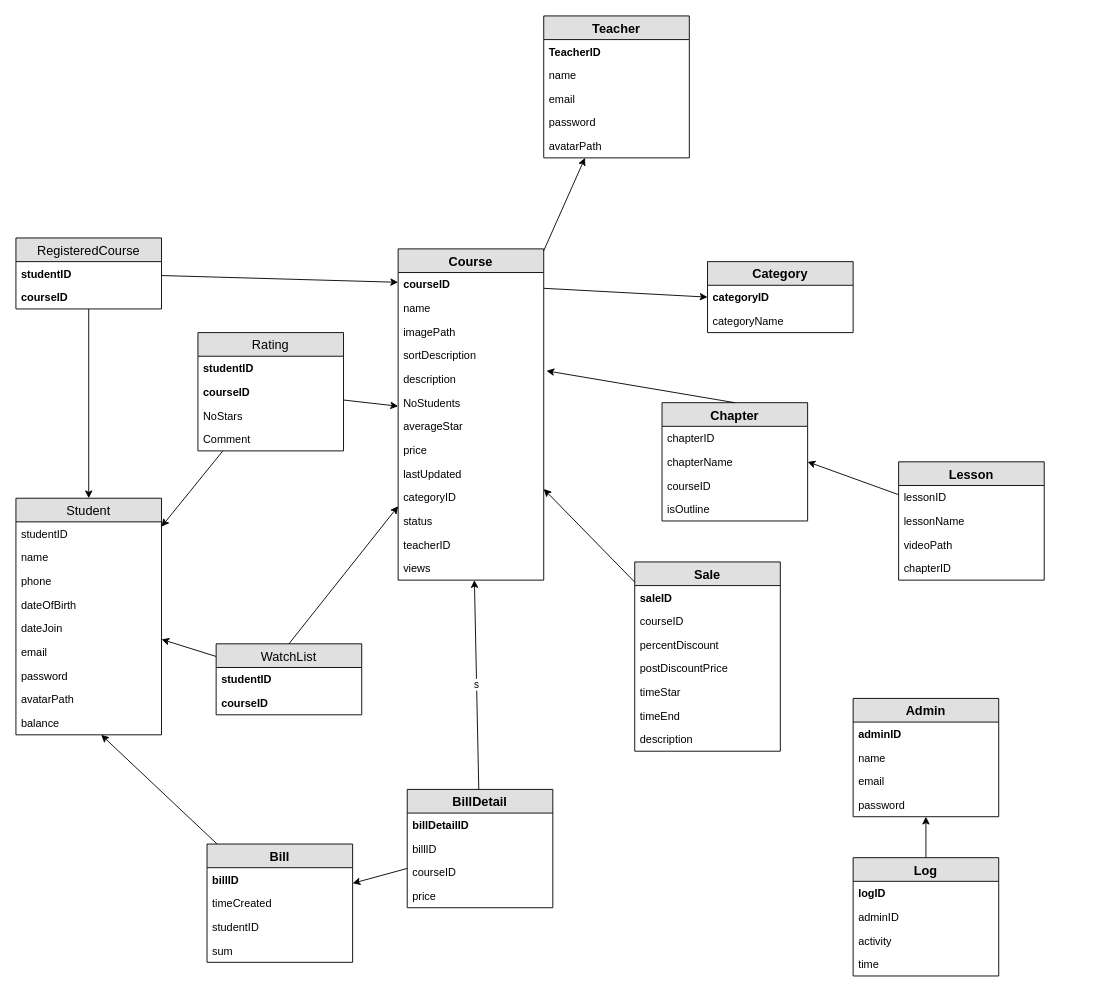
Above: DB.drawio in doan199x/DACK-WEB (draw.io), before the change. Source tidied: cells renumbered, new cells numbered last; positions are measured from the earlier drawing's top-left corner, leaving out a move shared by most shapes. Both pictures are drawn from the tidied source at 91%, with x=0, y=0 at pixel (15, 15).
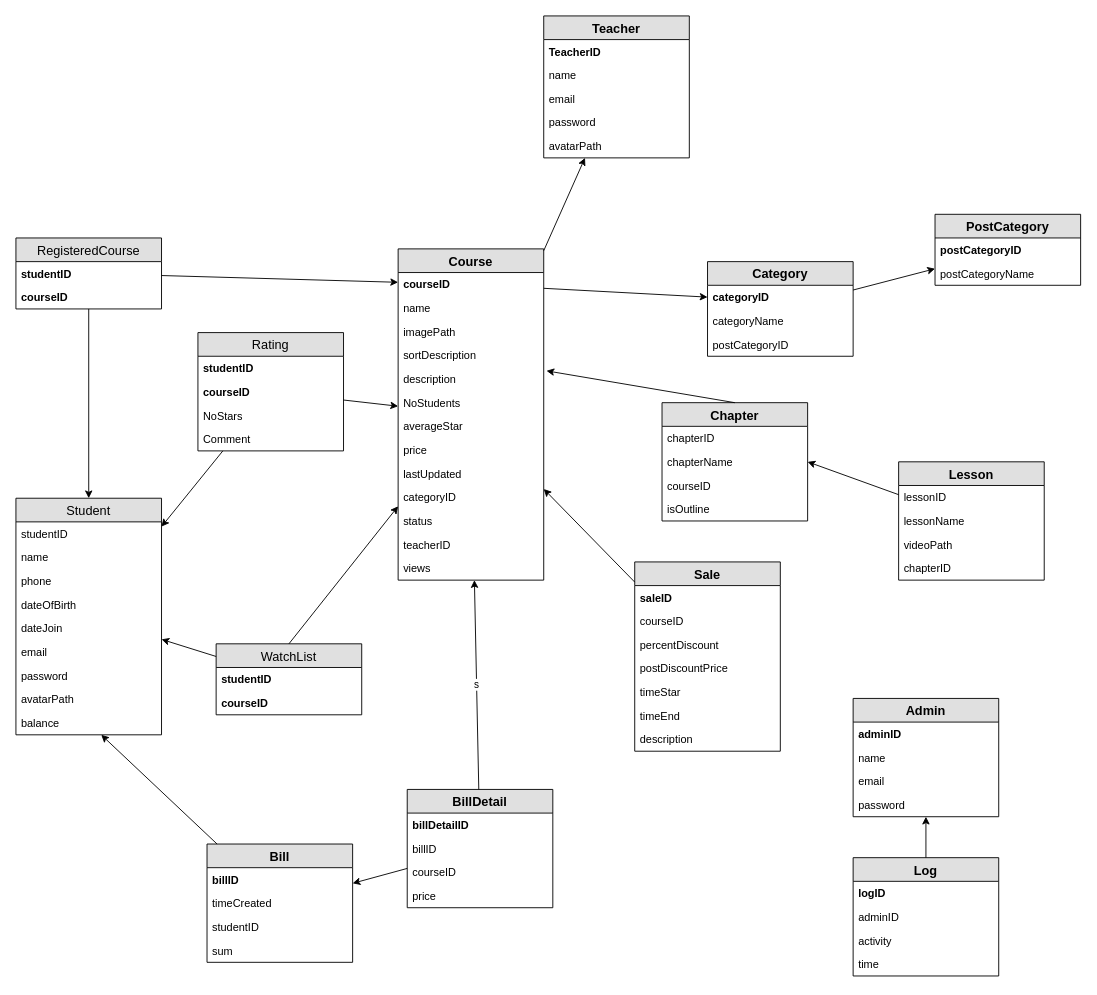
The same diagram, later.

Commit message (it also covers changes not shown here):
Thêm cấp cho category

Change to the diagram source:
```diff
@@
     <mxCell id="16" value="Category" style="swimlane;fontStyle=1;horizontal=1;startSize=26;fillColor=#e0e0e0;swimlaneFillColor=#ffffff;align=center;fontSize=14;" parent="1" vertex="1">
-      <mxGeometry x="760" y="270" width="160" height="78" as="geometry" />
+      <mxGeometry x="760" y="270" width="160" height="104" as="geometry" />
     </mxCell>
@@
+    <mxCell id="99" value="postCategoryID" style="text;strokeColor=none;fillColor=none;spacingLeft=4;spacingRight=4;overflow=hidden;fontSize=12;fontStyle=0;" parent="16" vertex="1">
+      <mxGeometry y="78" width="160" height="26" as="geometry" />
+    </mxCell>
@@
+    <mxCell id="100" value="PostCategory" style="swimlane;fontStyle=1;horizontal=1;startSize=26;fillColor=#e0e0e0;swimlaneFillColor=#ffffff;align=center;fontSize=14;" parent="1" vertex="1">
+      <mxGeometry x="1010" y="218" width="160" height="78" as="geometry" />
+    </mxCell>
+    <mxCell id="101" value="postCategoryID" style="text;strokeColor=none;fillColor=none;spacingLeft=4;spacingRight=4;overflow=hidden;fontSize=12;fontStyle=1;" parent="100" vertex="1">
+      <mxGeometry y="26" width="160" height="26" as="geometry" />
+    </mxCell>
+    <mxCell id="102" value="postCategoryName" style="text;strokeColor=none;fillColor=none;spacingLeft=4;spacingRight=4;overflow=hidden;fontSize=12;" parent="100" vertex="1">
+      <mxGeometry y="52" width="160" height="26" as="geometry" />
+    </mxCell>
+    <mxCell id="103" style="endArrow=classic;html=1;" parent="1" edge="1" source="16" target="100">
+      <mxGeometry relative="1" as="geometry" />
+    </mxCell>
```
